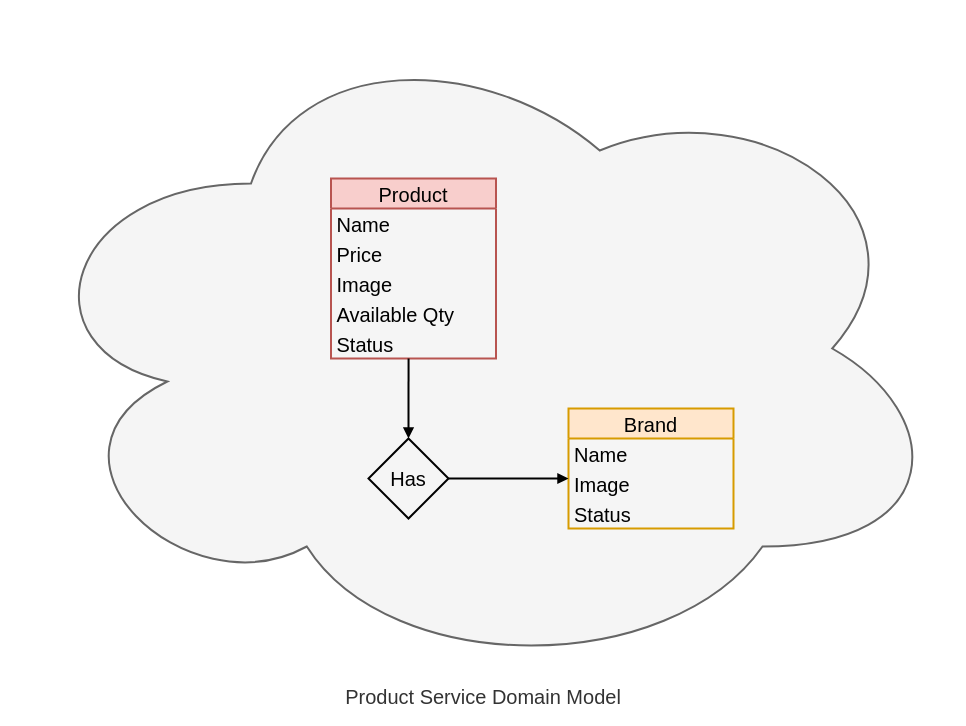
Before: docs/diagram/product_service_domain_model.drawio in dudhwalas/dudhwala, a draw.io diagram. Source tidied: cells renumbered, new cells numbered last; positions are measured from the earlier drawing's top-left corner, leaving out a move shared by most shapes. Both pictures are drawn from the tidied source at 100%, with x=0, y=0 at pixel (18, 18).
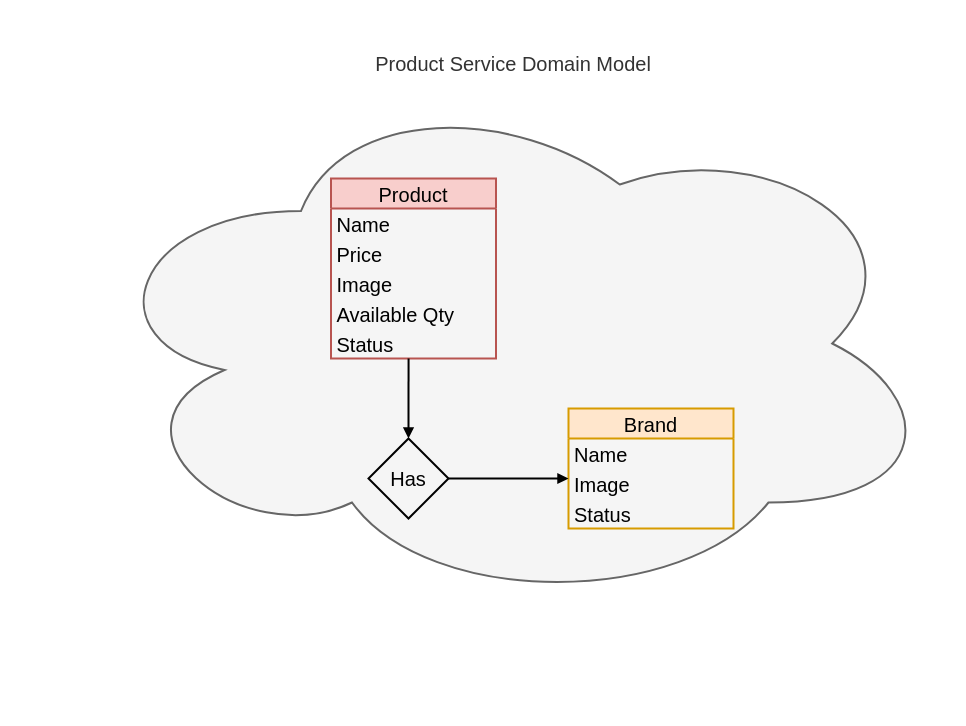
Above is the later version.

Commit message (it also covers changes not shown here):
Added high level service domain model

The edit, as a diff of the source:
```diff
@@
 <mxGraphModel>
   <root>
     <mxCell id="0" />
     <mxCell id="1" parent="0" />
-    <mxCell id="2" value="Product Service Domain Model" style="ellipse;shape=cloud;whiteSpace=wrap;html=1;fillColor=#f5f5f5;fontColor=#333333;strokeColor=#666666;strokeWidth=2;labelPosition=center;verticalLabelPosition=bottom;align=center;verticalAlign=top;fontSize=20;" parent="1" vertex="1">
-      <mxGeometry width="930" height="660" as="geometry" />
+    <mxCell id="2" value="Product Service Domain Model" style="ellipse;shape=cloud;whiteSpace=wrap;html=1;fillColor=#f5f5f5;fontColor=#333333;strokeColor=#666666;strokeWidth=2;labelPosition=center;verticalLabelPosition=top;align=center;verticalAlign=bottom;fontSize=20;" parent="1" vertex="1">
+      <mxGeometry x="70" y="60" width="850" height="530" as="geometry" />
     </mxCell>
     <mxCell id="3" value="Product" style="swimlane;fontStyle=0;horizontal=1;startSize=30;fillColor=#f8cecc;strokeColor=#b85450;fontSize=20;strokeWidth=2;" parent="1" vertex="1">
       <mxGeometry x="312.5" y="160" width="165" height="180" as="geometry" />
     </mxCell>
     <mxCell id="4" value="Name" style="text;strokeColor=none;fillColor=none;align=left;verticalAlign=middle;spacingLeft=4;spacingRight=4;overflow=hidden;fontSize=20;strokeWidth=2;" parent="3" vertex="1">
       <mxGeometry y="30" width="165" height="30" as="geometry" />
     </mxCell>
     <mxCell id="5" value="Price" style="text;strokeColor=none;fillColor=none;align=left;verticalAlign=middle;spacingLeft=4;spacingRight=4;overflow=hidden;fontSize=20;strokeWidth=2;" parent="3" vertex="1">
       <mxGeometry y="60" width="165" height="30" as="geometry" />
     </mxCell>
     <mxCell id="6" value="Image" style="text;strokeColor=none;fillColor=none;align=left;verticalAlign=middle;spacingLeft=4;spacingRight=4;overflow=hidden;fontSize=20;strokeWidth=2;" parent="3" vertex="1">
       <mxGeometry y="90" width="165" height="30" as="geometry" />
     </mxCell>
     <mxCell id="7" value="Available Qty" style="text;strokeColor=none;fillColor=none;align=left;verticalAlign=middle;spacingLeft=4;spacingRight=4;overflow=hidden;fontSize=20;strokeWidth=2;" parent="3" vertex="1">
       <mxGeometry y="120" width="165" height="30" as="geometry" />
     </mxCell>
     <mxCell id="8" value="Status" style="text;strokeColor=none;fillColor=none;align=left;verticalAlign=middle;spacingLeft=4;spacingRight=4;overflow=hidden;points=[[0,0.5],[1,0.5]];portConstraint=eastwest;fontSize=20;strokeWidth=2;" parent="3" vertex="1">
       <mxGeometry y="150" width="165" height="30" as="geometry" />
     </mxCell>
     <mxCell id="9" value="Brand" style="swimlane;fontStyle=0;horizontal=1;startSize=30;fillColor=#ffe6cc;strokeColor=#d79b00;fontSize=20;strokeWidth=2;" parent="1" vertex="1">
       <mxGeometry x="550" y="390" width="165" height="120" as="geometry" />
     </mxCell>
     <mxCell id="10" value="Name" style="text;strokeColor=none;fillColor=none;align=left;verticalAlign=middle;spacingLeft=4;spacingRight=4;overflow=hidden;fontSize=20;strokeWidth=2;" parent="9" vertex="1">
       <mxGeometry y="30" width="165" height="30" as="geometry" />
     </mxCell>
     <mxCell id="11" value="Image" style="text;strokeColor=none;fillColor=none;align=left;verticalAlign=middle;spacingLeft=4;spacingRight=4;overflow=hidden;fontSize=20;strokeWidth=2;" parent="9" vertex="1">
       <mxGeometry y="60" width="165" height="30" as="geometry" />
     </mxCell>
     <mxCell id="12" value="Status" style="text;strokeColor=none;fillColor=none;align=left;verticalAlign=middle;spacingLeft=4;spacingRight=4;overflow=hidden;fontSize=20;strokeWidth=2;" parent="9" vertex="1">
       <mxGeometry y="90" width="165" height="30" as="geometry" />
     </mxCell>
     <mxCell id="13" value="Has" style="rhombus;whiteSpace=wrap;html=1;fontSize=20;fillColor=none;strokeWidth=2;" parent="1" vertex="1">
       <mxGeometry x="350" y="420" width="80" height="80" as="geometry" />
     </mxCell>
     <mxCell id="14" style="edgeStyle=none;html=1;exitX=0.47;exitY=1;exitDx=0;exitDy=0;entryX=0.5;entryY=0;entryDx=0;entryDy=0;fontSize=20;exitPerimeter=0;endArrow=block;endFill=1;strokeWidth=2;" parent="1" edge="1" source="8" target="13">
       <mxGeometry relative="1" as="geometry" />
     </mxCell>
     <mxCell id="15" style="edgeStyle=none;html=1;exitX=1;exitY=0.5;exitDx=0;exitDy=0;fontSize=20;endArrow=block;endFill=1;strokeWidth=2;" parent="1" edge="1" source="13">
       <mxGeometry relative="1" as="geometry">
         <mxPoint x="550" y="460" as="targetPoint" />
       </mxGeometry>
     </mxCell>
   </root>
 </mxGraphModel>
```
